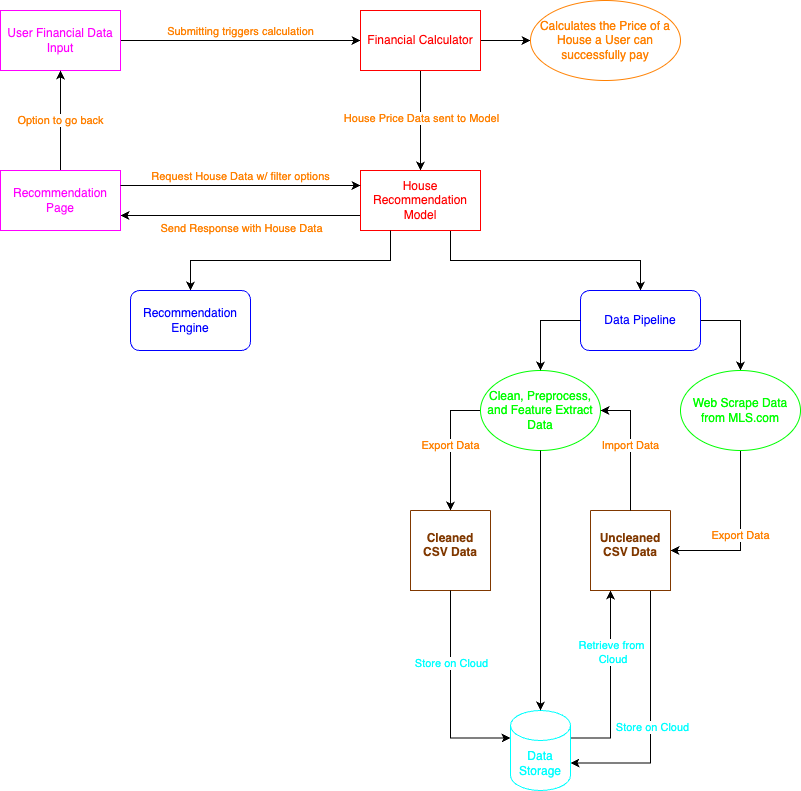
abiTheProgrammer/housing-rec-system keeps this draw.io diagram as docs/Workflow Diagram.png. Above is the earlier version. Source tidied: cells renumbered, new cells last; positions are measured from the earlier drawing's top-left corner, leaving out a move shared by most shapes.
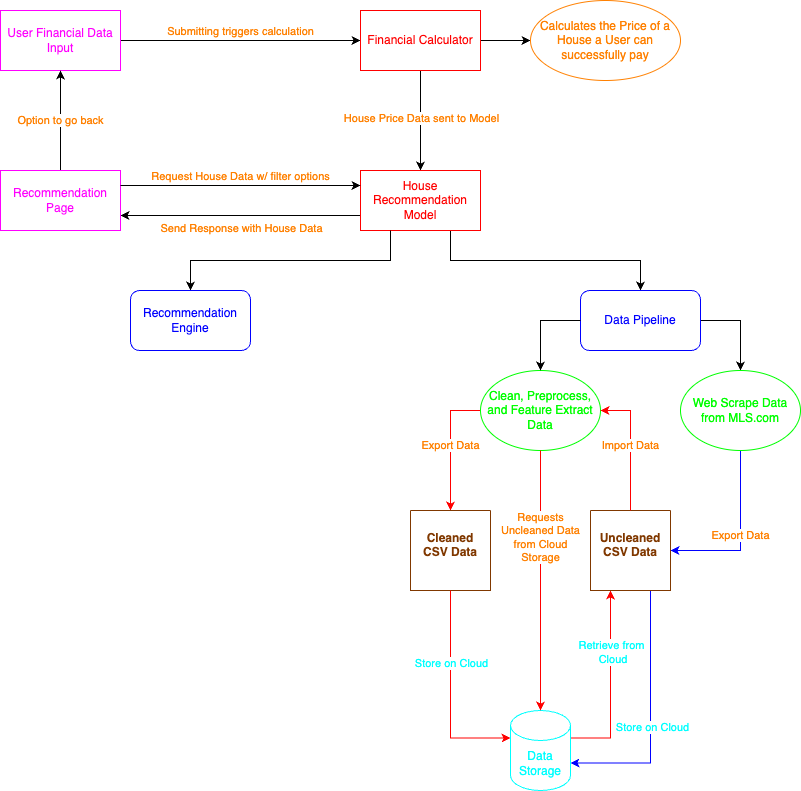
After the change.

Commit message:
Updated Workflow Diagram

The edit, as a diff of the source:
```diff
@@ -67,7 +67,7 @@
     <mxCell id="19" value="&lt;font color=&quot;#ff8000&quot;&gt;Request House Data w/ filter options&lt;/font&gt;" style="edgeStyle=orthogonalEdgeStyle;rounded=0;jettySize=auto;html=1;entryX=0;entryY=0.25;entryDx=0;entryDy=0;exitX=1;exitY=0.25;exitDx=0;exitDy=0;labelPosition=center;verticalLabelPosition=top;align=center;verticalAlign=bottom;" parent="1" edge="1" source="18" target="12">
       <mxGeometry relative="1" as="geometry" />
     </mxCell>
-    <mxCell id="20" value="&lt;font color=&quot;#ff8000&quot;&gt;Export Data&lt;/font&gt;" style="edgeStyle=orthogonalEdgeStyle;rounded=0;jettySize=auto;html=1;entryX=1;entryY=0.5;entryDx=0;entryDy=0;exitX=0.5;exitY=1;exitDx=0;exitDy=0;" parent="1" edge="1" source="21" target="29">
+    <mxCell id="20" value="&lt;font color=&quot;#ff8000&quot;&gt;Export Data&lt;/font&gt;" style="edgeStyle=orthogonalEdgeStyle;rounded=0;jettySize=auto;html=1;entryX=1;entryY=0.5;entryDx=0;entryDy=0;exitX=0.5;exitY=1;exitDx=0;exitDy=0;strokeColor=#0000ff;" parent="1" edge="1" source="21" target="29">
       <mxGeometry relative="1" as="geometry">
         <Array as="points">
           <mxPoint x="740" y="550" />
@@ -77,7 +77,7 @@
     <mxCell id="21" value="&lt;font color=&quot;#00ff00&quot;&gt;Web Scrape Data from MLS.com&lt;/font&gt;" style="ellipse;whiteSpace=wrap;html=1;strokeColor=#00ff00;" parent="1" vertex="1">
       <mxGeometry x="680" y="370" width="120" height="80" as="geometry" />
     </mxCell>
-    <mxCell id="22" value="&lt;font color=&quot;#ff8000&quot;&gt;Export Data&lt;/font&gt;" style="edgeStyle=orthogonalEdgeStyle;rounded=0;jettySize=auto;html=1;" parent="1" edge="1" source="23" target="31">
+    <mxCell id="22" value="&lt;font color=&quot;#ff8000&quot;&gt;Export Data&lt;/font&gt;" style="edgeStyle=orthogonalEdgeStyle;rounded=0;jettySize=auto;html=1;strokeColor=#ff0000;" parent="1" edge="1" source="23" target="31">
       <mxGeometry relative="1" as="geometry">
         <Array as="points">
           <mxPoint x="450" y="410" />
@@ -87,7 +87,7 @@
     <mxCell id="23" value="&lt;font color=&quot;#00ff00&quot;&gt;Clean, Preprocess, and Feature Extract Data&lt;/font&gt;" style="ellipse;whiteSpace=wrap;html=1;strokeColor=#00ff00;" parent="1" vertex="1">
       <mxGeometry x="480" y="370" width="120" height="80" as="geometry" />
     </mxCell>
-    <mxCell id="24" style="edgeStyle=orthogonalEdgeStyle;rounded=0;jettySize=auto;html=1;entryX=0.25;entryY=1;entryDx=0;entryDy=0;labelPosition=center;verticalLabelPosition=top;align=center;verticalAlign=bottom;exitX=1;exitY=0;exitDx=0;exitDy=27.5;exitPerimeter=0;" parent="1" edge="1" source="26" target="29">
+    <mxCell id="24" style="edgeStyle=orthogonalEdgeStyle;rounded=0;jettySize=auto;html=1;entryX=0.25;entryY=1;entryDx=0;entryDy=0;labelPosition=center;verticalLabelPosition=top;align=center;verticalAlign=bottom;exitX=1;exitY=0;exitDx=0;exitDy=27.5;exitPerimeter=0;strokeColor=#ff0000;" parent="1" edge="1" source="26" target="29">
       <mxGeometry x="-0.38" relative="1" as="geometry" />
     </mxCell>
     <mxCell id="25" value="&lt;font color=&quot;#00ffff&quot;&gt;Retrieve from&lt;/font&gt;&lt;div&gt;&lt;font color=&quot;#00ffff&quot;&gt;&amp;nbsp;Cloud&lt;/font&gt;&lt;/div&gt;" style="edgeLabel;html=1;align=center;verticalAlign=middle;" parent="24" vertex="1">
@@ -96,7 +96,7 @@
     <mxCell id="26" value="&lt;font color=&quot;#00ffff&quot;&gt;Data Storage&lt;/font&gt;" style="shape=cylinder3;whiteSpace=wrap;html=1;boundedLbl=1;backgroundOutline=1;size=15;strokeColor=#00ffff;" parent="1" vertex="1">
       <mxGeometry x="510" y="710" width="60" height="80" as="geometry" />
     </mxCell>
-    <mxCell id="27" style="edgeStyle=orthogonalEdgeStyle;rounded=0;jettySize=auto;html=1;labelPosition=center;verticalLabelPosition=bottom;align=center;verticalAlign=top;entryX=1;entryY=0;entryDx=0;entryDy=52.5;entryPerimeter=0;exitX=0.75;exitY=1;exitDx=0;exitDy=0;" parent="1" edge="1" source="29" target="26">
+    <mxCell id="27" style="edgeStyle=orthogonalEdgeStyle;rounded=0;jettySize=auto;html=1;labelPosition=center;verticalLabelPosition=bottom;align=center;verticalAlign=top;entryX=1;entryY=0;entryDx=0;entryDy=52.5;entryPerimeter=0;exitX=0.75;exitY=1;exitDx=0;exitDy=0;strokeColor=#0000ff;" parent="1" edge="1" source="29" target="26">
       <mxGeometry x="0.5" y="-2" relative="1" as="geometry">
         <Array as="points">
           <mxPoint x="650" y="763" />
@@ -109,7 +109,7 @@
     <mxCell id="29" value="&#10;Uncleaned&#10;CSV Data" style="swimlane;startSize=0;labelPosition=center;verticalLabelPosition=middle;align=center;verticalAlign=top;strokeColor=#803800;fontColor=#803800;" parent="1" vertex="1">
       <mxGeometry x="590" y="510" width="80" height="80" as="geometry" />
     </mxCell>
-    <mxCell id="30" style="endArrow=classic;html=1;rounded=0;exitX=0.5;exitY=1;exitDx=0;exitDy=0;entryX=0.5;entryY=0;entryDx=0;entryDy=0;entryPerimeter=0;" parent="1" edge="1" source="23" target="26">
+    <mxCell id="30" value="&lt;font color=&quot;#ff8000&quot;&gt;Requests&lt;/font&gt;&lt;div&gt;&lt;font color=&quot;#ff8000&quot;&gt;Uncleaned Data&lt;/font&gt;&lt;/div&gt;&lt;div&gt;&lt;font color=&quot;#ff8000&quot;&gt;from Cloud&lt;/font&gt;&lt;/div&gt;&lt;div&gt;&lt;font color=&quot;#ff8000&quot;&gt;Storage&lt;/font&gt;&lt;/div&gt;" style="endArrow=classic;html=1;rounded=0;exitX=0.5;exitY=1;exitDx=0;exitDy=0;entryX=0.5;entryY=0;entryDx=0;entryDy=0;entryPerimeter=0;strokeColor=#ff0000;" parent="1" edge="1" source="23" target="26">
       <mxGeometry x="-0.33" relative="1" as="geometry">
         <Array as="points">
           <mxPoint x="540" y="614" />
@@ -127,14 +127,14 @@
         </Array>
       </mxGeometry>
     </mxCell>
-    <mxCell id="33" value="&lt;font color=&quot;#ff8000&quot;&gt;Import Data&lt;/font&gt;" style="endArrow=classic;html=1;rounded=0;entryX=1;entryY=0.5;entryDx=0;entryDy=0;exitX=0.5;exitY=0;exitDx=0;exitDy=0;" parent="1" edge="1" source="29" target="23">
+    <mxCell id="33" value="&lt;font color=&quot;#ff8000&quot;&gt;Import Data&lt;/font&gt;" style="endArrow=classic;html=1;rounded=0;entryX=1;entryY=0.5;entryDx=0;entryDy=0;exitX=0.5;exitY=0;exitDx=0;exitDy=0;strokeColor=#ff0000;" parent="1" edge="1" source="29" target="23">
       <mxGeometry relative="1" as="geometry">
         <Array as="points">
           <mxPoint x="630" y="410" />
         </Array>
       </mxGeometry>
     </mxCell>
-    <mxCell id="34" style="edgeStyle=orthogonalEdgeStyle;rounded=0;jettySize=auto;html=1;exitX=0.5;exitY=1;exitDx=0;exitDy=0;entryX=0;entryY=0;entryDx=0;entryDy=27.5;entryPerimeter=0;" parent="1" edge="1" source="31" target="26">
+    <mxCell id="34" style="edgeStyle=orthogonalEdgeStyle;rounded=0;jettySize=auto;html=1;exitX=0.5;exitY=1;exitDx=0;exitDy=0;entryX=0;entryY=0;entryDx=0;entryDy=27.5;entryPerimeter=0;strokeColor=#ff0000;" parent="1" edge="1" source="31" target="26">
       <mxGeometry y="10" relative="1" as="geometry" />
     </mxCell>
     <mxCell id="35" value="&lt;font color=&quot;#00ffff&quot;&gt;Store on Cloud&lt;/font&gt;" style="edgeLabel;html=1;align=center;verticalAlign=middle;" parent="34" vertex="1">
```
